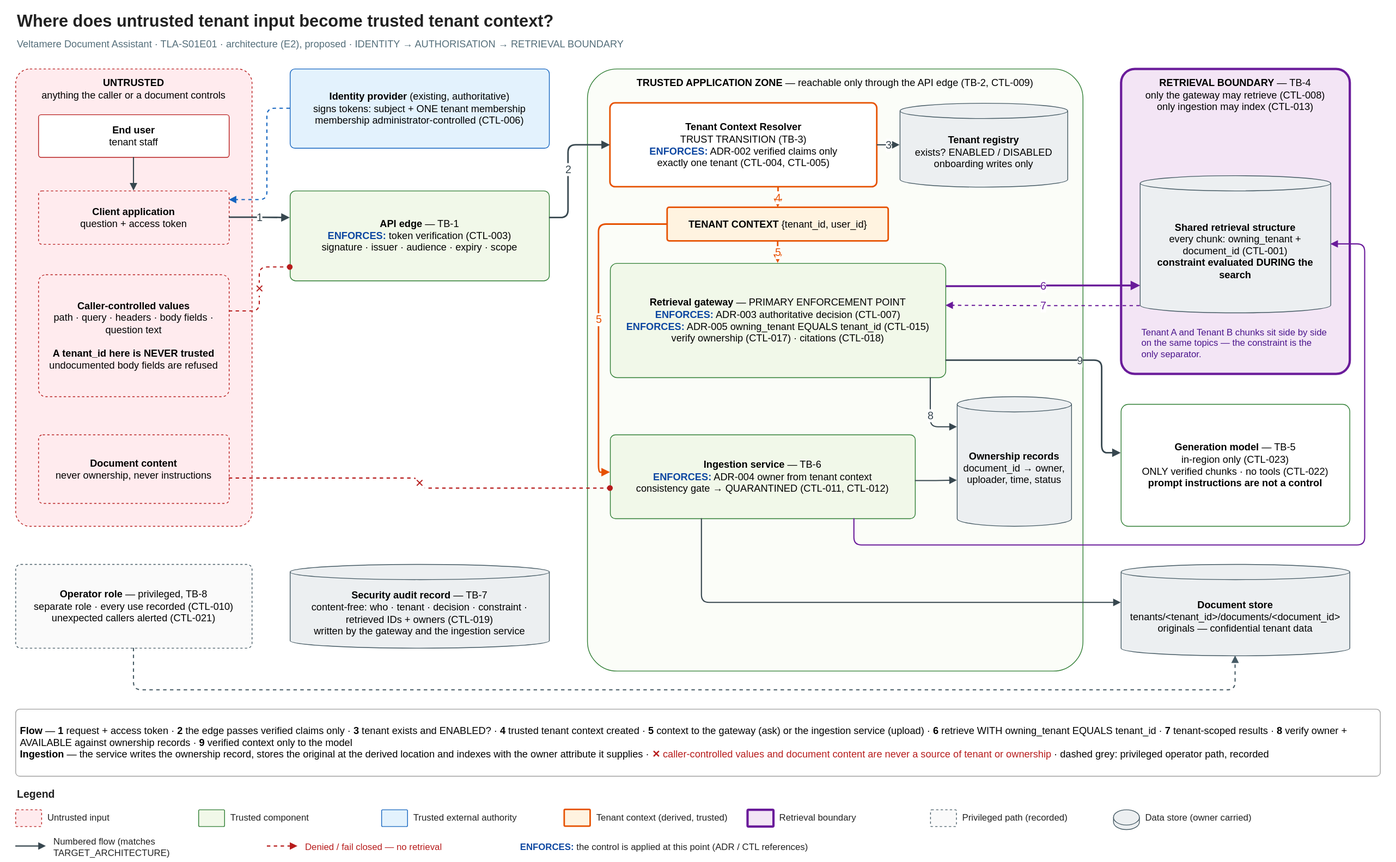
The draw.io diagram season-01-architecting-genai-aws/episode-01-multi-tenant-rag/03-architecture/diagrams/where-does-untrusted-tenant-input-become-trusted-context.drawio.svg in cloudbrdesign/think-like-an-architect, before a commit. Source tidied: cells renumbered, new cells last; positions are measured from the earlier drawing's top-left corner, leaving out a move shared by most shapes.
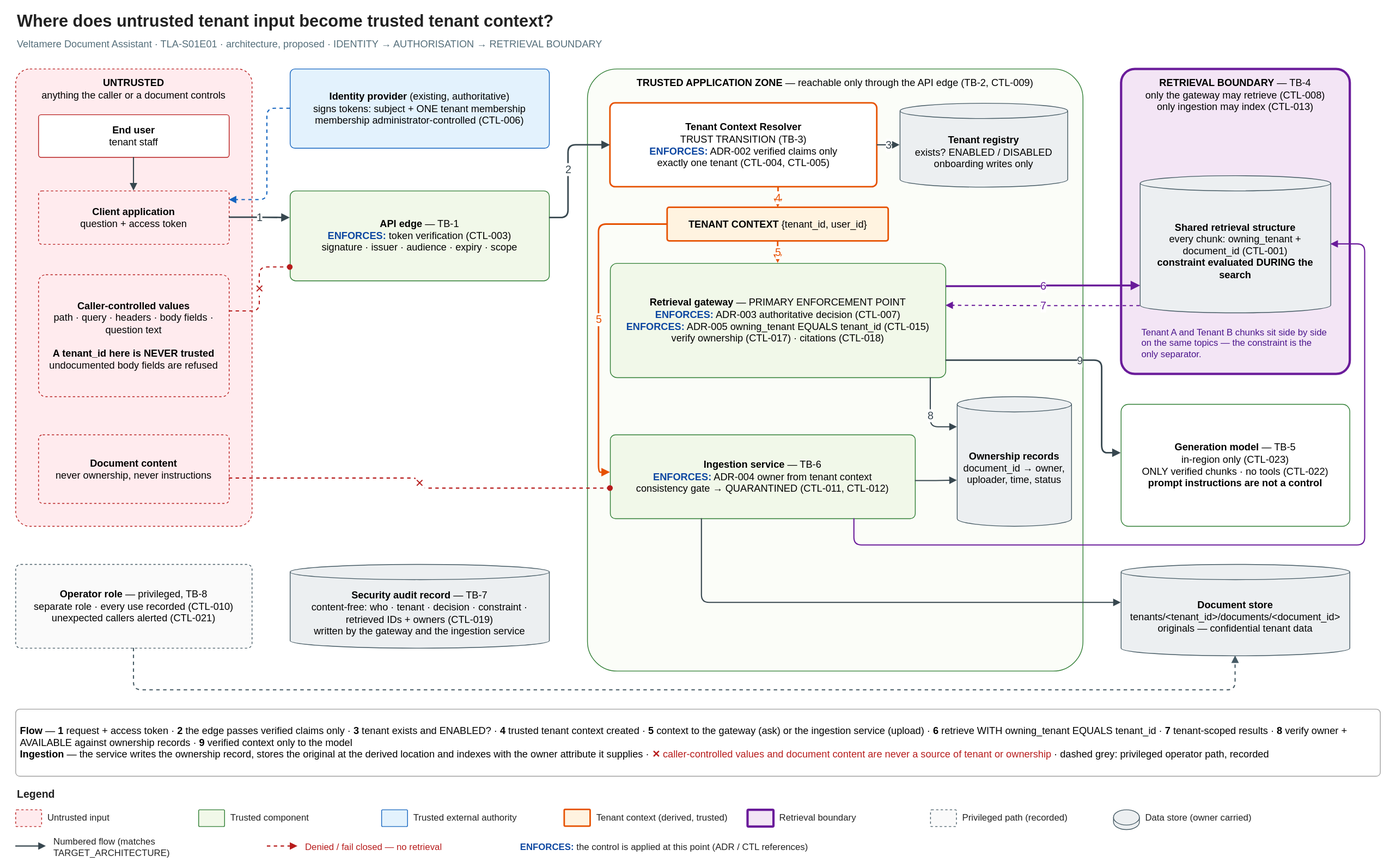
The same file after the commit.

Diff of the diagram source:
```diff
@@ -8,7 +8,7 @@
     <mxCell id="3" value="&lt;b&gt;Where does untrusted tenant input become trusted tenant context?&lt;/b&gt;" style="text;html=1;whiteSpace=wrap;fontSize=22;align=left;verticalAlign=middle;fontColor=#212121;strokeColor=none;fillColor=none;" parent="1" vertex="1">
       <mxGeometry x="20" y="10" width="1780" height="36" as="geometry" />
     </mxCell>
-    <mxCell id="4" value="Veltamere Document Assistant · TLA-S01E01 · architecture (E2), proposed · IDENTITY → AUTHORISATION → RETRIEVAL BOUNDARY" style="text;html=1;whiteSpace=wrap;fontSize=13;align=left;verticalAlign=middle;fontColor=#546E7A;strokeColor=none;fillColor=none;" parent="1" vertex="1">
+    <mxCell id="4" value="Veltamere Document Assistant · TLA-S01E01 · architecture, proposed · IDENTITY → AUTHORISATION → RETRIEVAL BOUNDARY" style="text;html=1;whiteSpace=wrap;fontSize=13;align=left;verticalAlign=middle;fontColor=#546E7A;strokeColor=none;fillColor=none;" parent="1" vertex="1">
       <mxGeometry x="20" y="44" width="1780" height="26" as="geometry" />
     </mxCell>
     <mxCell id="5" value="&lt;b&gt;UNTRUSTED&lt;/b&gt;&lt;br&gt;anything the caller or a document controls" style="rounded=1;arcSize=6;whiteSpace=wrap;html=1;fontSize=13;align=center;verticalAlign=top;spacing=6;fillColor=#FFEBEE;strokeColor=#B71C1C;dashed=1;" parent="1" vertex="1">
```
